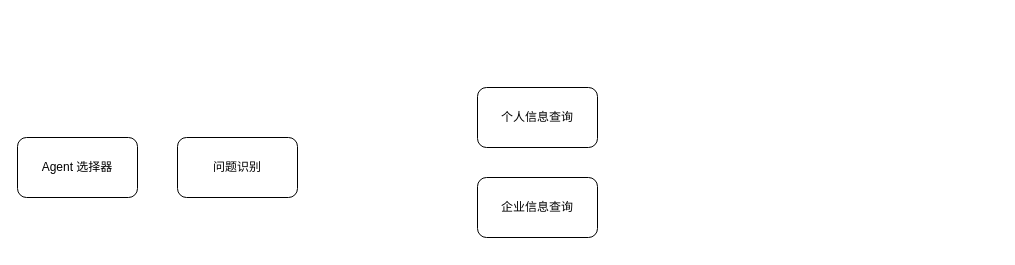
The draw.io diagram page "Agent" (2 of 2) of docs/智网.drawio in Ownership-Intelligence-Platform/ownership-intelligence-platform, before the edit. Source tidied: cells renumbered, new cells numbered last; positions are measured from the earlier drawing's top-left corner, leaving out a move shared by most shapes. Both pictures are drawn from the tidied source at 100%, with x=0, y=0 at pixel (17, 87).
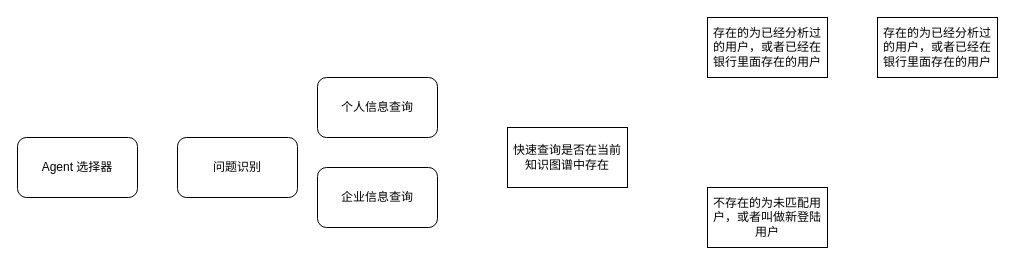
Above is the later version.

What changed in the source:
```diff
@@
 <mxGraphModel>
   <root>
     <mxCell id="0" />
     <mxCell id="1" parent="0" />
     <mxCell id="2" value="Agent 选择器" style="rounded=1;whiteSpace=wrap;html=1;" parent="1" vertex="1">
       <mxGeometry y="50" width="120" height="60" as="geometry" />
     </mxCell>
     <mxCell id="3" value="个人信息查询" style="rounded=1;whiteSpace=wrap;html=1;" parent="1" vertex="1">
-      <mxGeometry x="460" width="120" height="60" as="geometry" />
+      <mxGeometry x="300" y="-10" width="120" height="60" as="geometry" />
     </mxCell>
     <mxCell id="4" value="企业信息查询" style="rounded=1;whiteSpace=wrap;html=1;" parent="1" vertex="1">
-      <mxGeometry x="460" y="90" width="120" height="60" as="geometry" />
+      <mxGeometry x="300" y="80" width="120" height="60" as="geometry" />
     </mxCell>
     <mxCell id="5" value="问题识别" style="rounded=1;whiteSpace=wrap;html=1;" parent="1" vertex="1">
       <mxGeometry x="160" y="50" width="120" height="60" as="geometry" />
     </mxCell>
+    <mxCell id="6" value="快速查询是否在当前知识图谱中存在" style="rounded=0;whiteSpace=wrap;html=1;" parent="1" vertex="1">
+      <mxGeometry x="490" y="40" width="120" height="60" as="geometry" />
+    </mxCell>
+    <mxCell id="7" value="存在的为已经分析过的用户，或者已经在银行里面存在的用户" style="rounded=0;whiteSpace=wrap;html=1;" parent="1" vertex="1">
+      <mxGeometry x="690" y="-70" width="120" height="60" as="geometry" />
+    </mxCell>
+    <mxCell id="8" value="不存在的为未匹配用户，或者叫做新登陆用户" style="rounded=0;whiteSpace=wrap;html=1;" parent="1" vertex="1">
+      <mxGeometry x="690" y="100" width="120" height="60" as="geometry" />
+    </mxCell>
+    <mxCell id="9" value="存在的为已经分析过的用户，或者已经在银行里面存在的用户" style="rounded=0;whiteSpace=wrap;html=1;" parent="1" vertex="1">
+      <mxGeometry x="860" y="-70" width="120" height="60" as="geometry" />
+    </mxCell>
   </root>
 </mxGraphModel>
```
